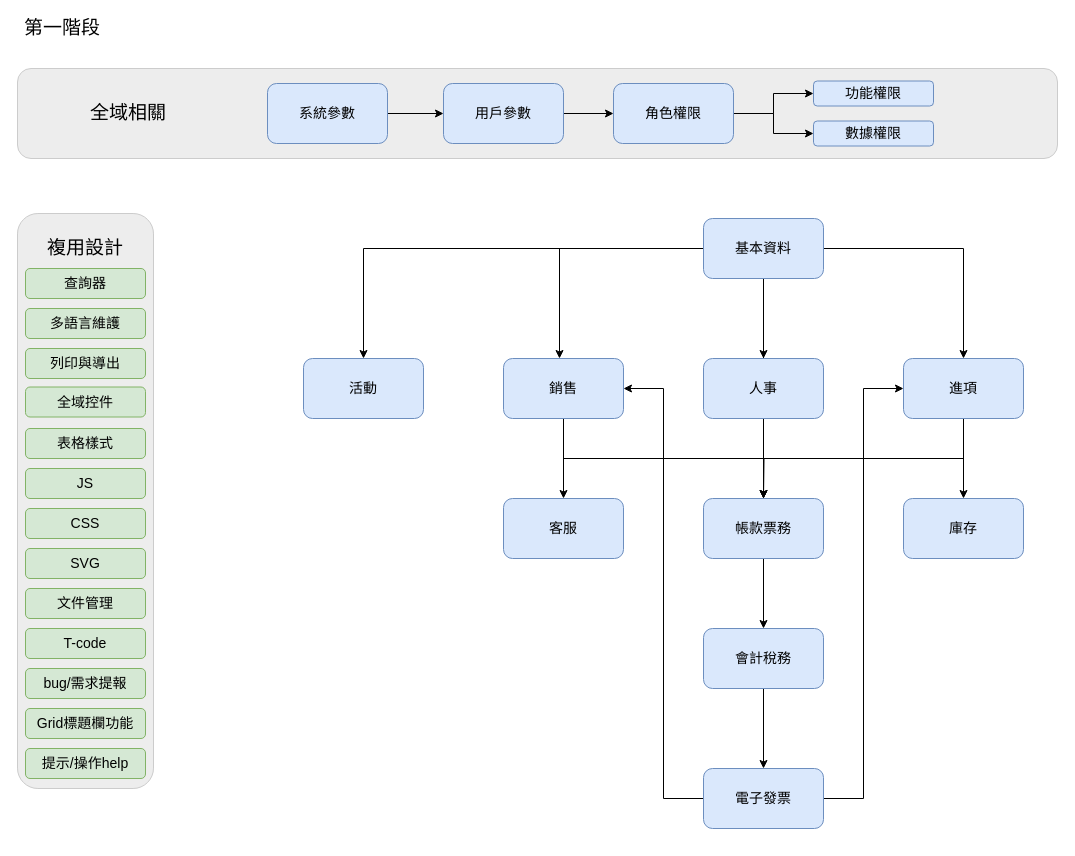
The draw.io diagram fPlus_topModule.drawio in frglobal/documents, before the edit. Source tidied: cells renumbered, new cells numbered last; positions are measured from the earlier drawing's top-left corner, leaving out a move shared by most shapes. Both pictures are drawn from the tidied source at 100%, with x=0, y=0 at pixel (17, 18).
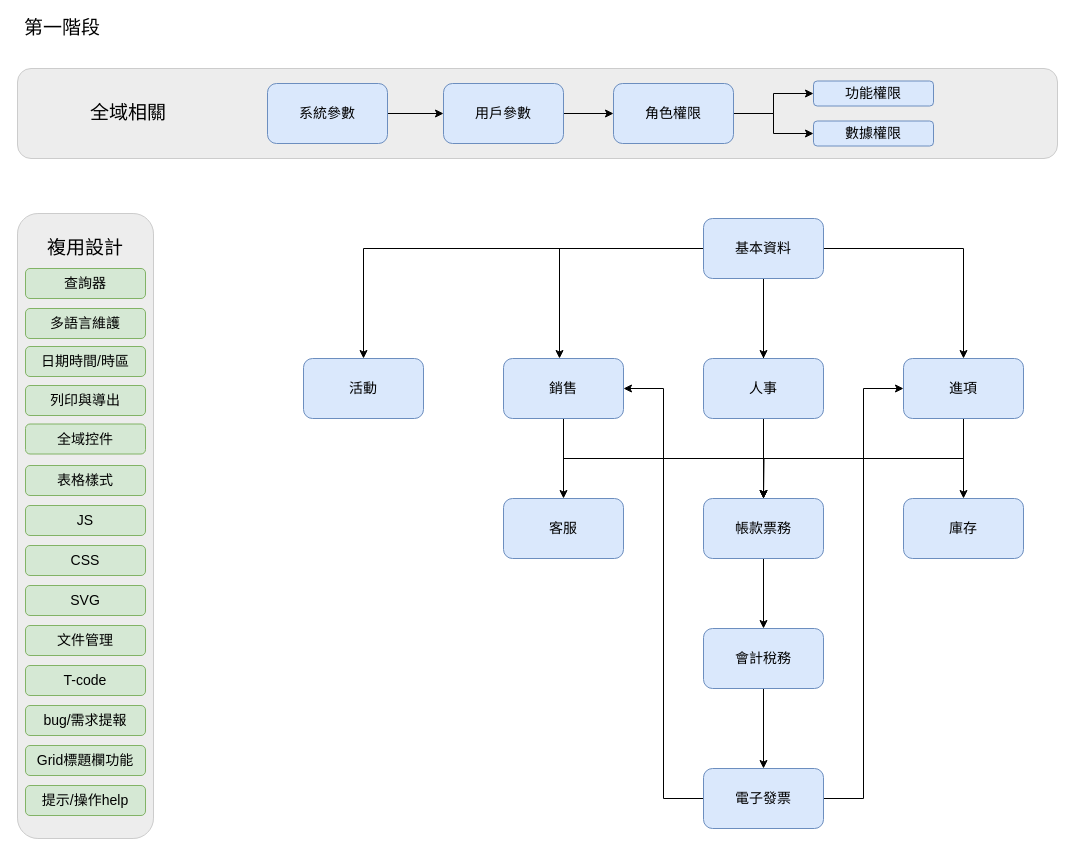
After the change.

The edit, as a diff of the source:
```diff
@@
     <mxCell id="2" style="rounded=1;whiteSpace=wrap;html=1;labelBackgroundColor=none;strokeColor=#CCCCCC;fillColor=#EDEDED;fontFamily=Noto Sans CJK;" parent="1" vertex="1">
-      <mxGeometry y="195" width="136" height="575" as="geometry" />
+      <mxGeometry y="195" width="136" height="625" as="geometry" />
     </mxCell>
@@
     <mxCell id="41" value="列印與導出" style="rounded=1;whiteSpace=wrap;html=1;fillColor=#d5e8d4;strokeColor=#82b366;fontFamily=Noto Sans TC;fontSize=14;" parent="1" vertex="1">
-      <mxGeometry x="8" y="330" width="120" height="30" as="geometry" />
+      <mxGeometry x="8" y="367" width="120" height="30" as="geometry" />
     </mxCell>
     <mxCell id="42" value="全域控件" style="rounded=1;whiteSpace=wrap;html=1;fillColor=#d5e8d4;strokeColor=#82b366;fontFamily=Noto Sans TC;fontSize=14;" parent="1" vertex="1">
-      <mxGeometry x="8" y="368.5" width="120" height="30" as="geometry" />
+      <mxGeometry x="8" y="405.5" width="120" height="30" as="geometry" />
     </mxCell>
     <mxCell id="43" value="表格樣式" style="rounded=1;whiteSpace=wrap;html=1;fillColor=#d5e8d4;strokeColor=#82b366;fontFamily=Noto Sans TC;fontSize=14;" parent="1" vertex="1">
-      <mxGeometry x="8" y="410" width="120" height="30" as="geometry" />
+      <mxGeometry x="8" y="447" width="120" height="30" as="geometry" />
     </mxCell>
     <mxCell id="44" value="JS" style="rounded=1;whiteSpace=wrap;html=1;fillColor=#d5e8d4;strokeColor=#82b366;fontFamily=Noto Sans TC;fontSize=14;" parent="1" vertex="1">
-      <mxGeometry x="8" y="450" width="120" height="30" as="geometry" />
+      <mxGeometry x="8" y="487" width="120" height="30" as="geometry" />
     </mxCell>
     <mxCell id="45" value="CSS" style="rounded=1;whiteSpace=wrap;html=1;fillColor=#d5e8d4;strokeColor=#82b366;fontFamily=Noto Sans TC;fontSize=14;" parent="1" vertex="1">
-      <mxGeometry x="8" y="490" width="120" height="30" as="geometry" />
+      <mxGeometry x="8" y="527" width="120" height="30" as="geometry" />
     </mxCell>
     <mxCell id="46" value="SVG" style="rounded=1;whiteSpace=wrap;html=1;fillColor=#d5e8d4;strokeColor=#82b366;fontFamily=Noto Sans TC;fontSize=14;" parent="1" vertex="1">
-      <mxGeometry x="8" y="530" width="120" height="30" as="geometry" />
+      <mxGeometry x="8" y="567" width="120" height="30" as="geometry" />
     </mxCell>
@@
     <mxCell id="48" value="文件管理" style="rounded=1;whiteSpace=wrap;html=1;fillColor=#d5e8d4;strokeColor=#82b366;fontFamily=Noto Sans TC;fontSize=14;" parent="1" vertex="1">
-      <mxGeometry x="8" y="570" width="120" height="30" as="geometry" />
+      <mxGeometry x="8" y="607" width="120" height="30" as="geometry" />
     </mxCell>
     <mxCell id="49" value="T-code" style="rounded=1;whiteSpace=wrap;html=1;fillColor=#d5e8d4;strokeColor=#82b366;fontFamily=Noto Sans TC;fontSize=14;" parent="1" vertex="1">
-      <mxGeometry x="8" y="610" width="120" height="30" as="geometry" />
+      <mxGeometry x="8" y="647" width="120" height="30" as="geometry" />
     </mxCell>
     <mxCell id="50" value="bug/需求提報" style="rounded=1;whiteSpace=wrap;html=1;fillColor=#d5e8d4;strokeColor=#82b366;fontFamily=Noto Sans TC;fontSize=14;" parent="1" vertex="1">
-      <mxGeometry x="8" y="650" width="120" height="30" as="geometry" />
+      <mxGeometry x="8" y="687" width="120" height="30" as="geometry" />
     </mxCell>
     <mxCell id="51" value="Grid標題欄功能" style="rounded=1;whiteSpace=wrap;html=1;fillColor=#d5e8d4;strokeColor=#82b366;fontFamily=Noto Sans TC;fontSize=14;" parent="1" vertex="1">
-      <mxGeometry x="8" y="690" width="120" height="30" as="geometry" />
+      <mxGeometry x="8" y="727" width="120" height="30" as="geometry" />
     </mxCell>
     <mxCell id="52" value="提示/操作help" style="rounded=1;whiteSpace=wrap;html=1;fillColor=#d5e8d4;strokeColor=#82b366;fontFamily=Noto Sans TC;fontSize=14;" parent="1" vertex="1">
-      <mxGeometry x="8" y="730" width="120" height="30" as="geometry" />
+      <mxGeometry x="8" y="767" width="120" height="30" as="geometry" />
     </mxCell>
+    <mxCell id="53" value="日期時間/時區" style="rounded=1;whiteSpace=wrap;html=1;fillColor=#d5e8d4;strokeColor=#82b366;fontFamily=Noto Sans TC;fontSize=14;" parent="1" vertex="1">
+      <mxGeometry x="8" y="328" width="120" height="30" as="geometry" />
+    </mxCell>
```
